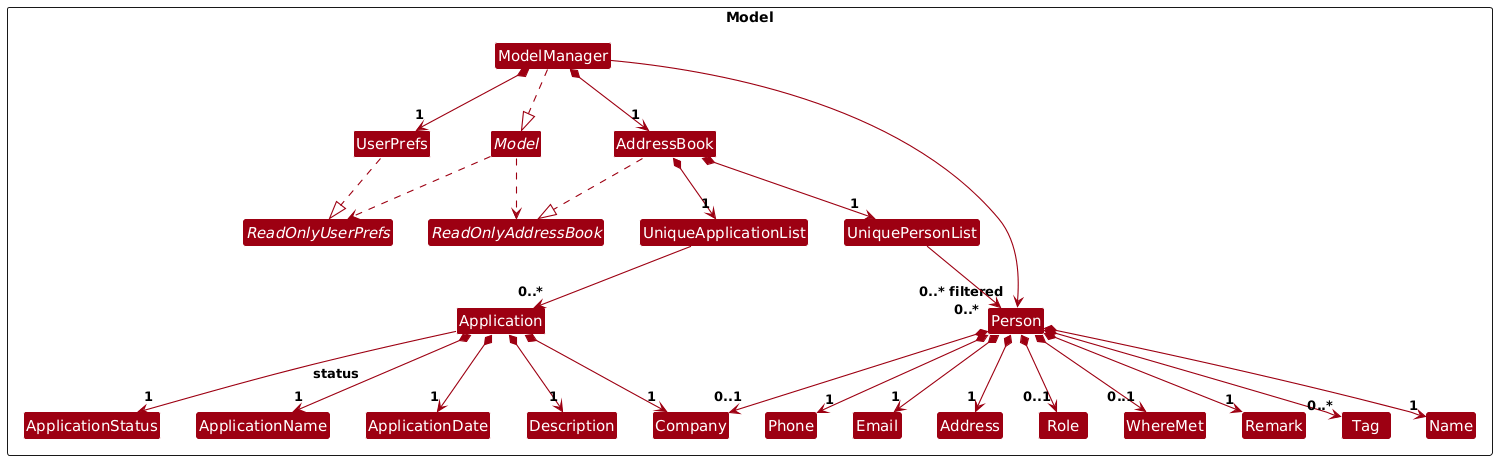
AY2627S1-CS2103T-T12-3/tp keeps this PlantUML diagram as docs/images/ModelClassDiagram.png. Above is the earlier version.
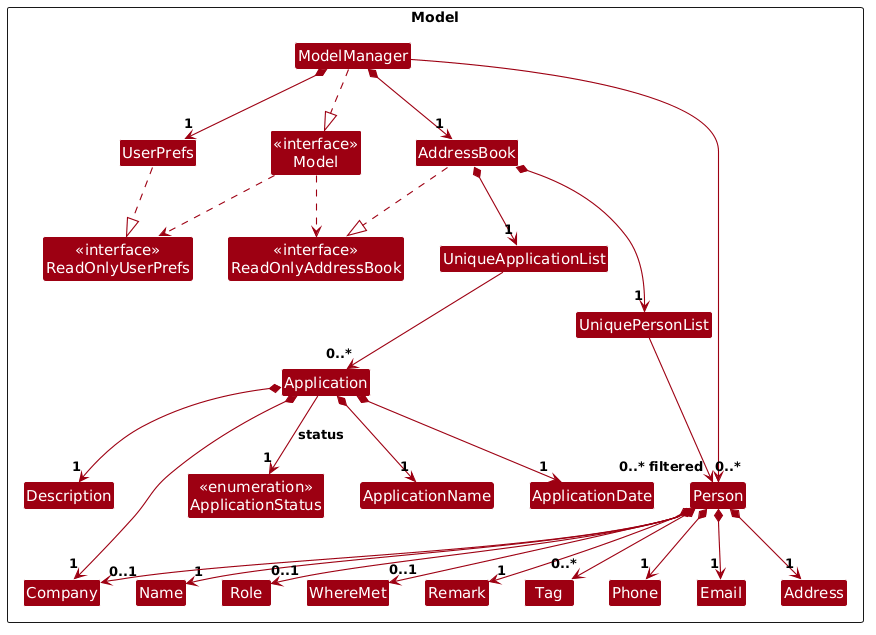
The same diagram one commit later.

Commit message:
docs: improve model diagram readability

The edit, as a diff of the source:
```diff
@@ -76,9 +76,9 @@
 skinparam classBackgroundColor MODEL_COLOR
 
 package "Model" as ModelPackage <<Rectangle>> {
-    interface ReadOnlyAddressBook
-    interface ReadOnlyUserPrefs
-    interface Model
+    class "<<interface>>\nReadOnlyAddressBook" as ReadOnlyAddressBook
+    class "<<interface>>\nReadOnlyUserPrefs" as ReadOnlyUserPrefs
+    class "<<interface>>\nModel" as Model
 
     class AddressBook
     class ModelManager
@@ -101,13 +101,7 @@
     class ApplicationName
     class ApplicationDate
     class Description
-    enum ApplicationStatus {
-        APPLIED
-        INTERVIEWING
-        OFFERED
-        REJECTED
-        WITHDRAWN
-    }
+    class "<<enumeration>>\nApplicationStatus" as ApplicationStatus
 }
 
 AddressBook ..|> ReadOnlyAddressBook
@@ -140,4 +134,17 @@
 Application *--> "1" Description
 Application *--> "1" ApplicationDate
 Application --> "1" ApplicationStatus : status
+
+ApplicationName -[hidden]right-> ApplicationDate
+ApplicationDate -[hidden]right-> Description
+Description -[hidden]right-> ApplicationStatus
+ApplicationStatus -[hidden]down-> Name
+Name -[hidden]right-> Phone
+Phone -[hidden]right-> Email
+Email -[hidden]right-> Address
+Address -[hidden]right-> Company
+Company -[hidden]right-> Role
+Role -[hidden]right-> WhereMet
+WhereMet -[hidden]right-> Remark
+Remark -[hidden]right-> Tag
 @enduml
```
